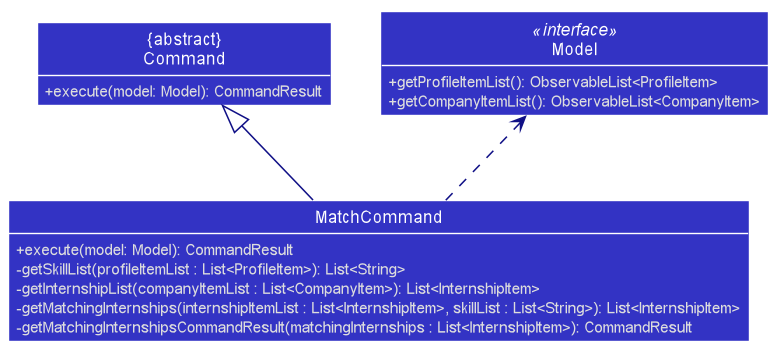
The PlantUML diagram docs/images/MatchCommandClassDiagram.png in shawn-nyk/tp, before a commit.
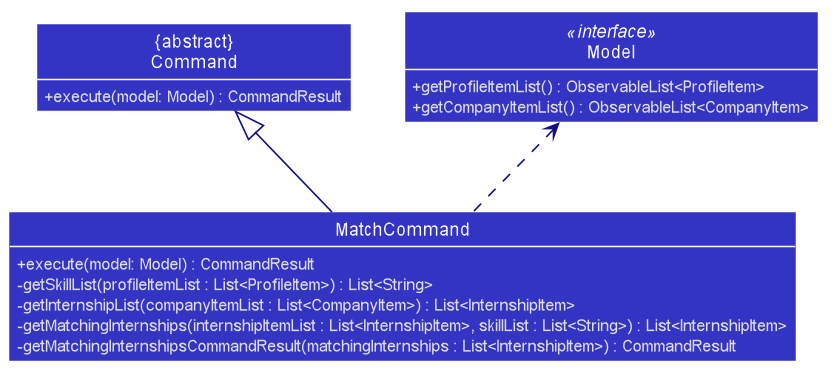
The same diagram one commit later.

Commit message:
Update sequence diagram in developer guide

The edit, as a diff of the source:
```diff
@@ -56,20 +56,20 @@
 skinparam defaultFontColor #DDDDDD
 
 class MatchCommand {
-    +execute(model: Model): CommandResult
-    -getSkillList(profileItemList : List<ProfileItem>): List<String>
-    -getInternshipList(companyItemList : List<CompanyItem>): List<InternshipItem>
-    -getMatchingInternships(internshipItemList : List<InternshipItem>, skillList : List<String>): List<InternshipItem>
-    -getMatchingInternshipsCommandResult(matchingInternships : List<InternshipItem>): CommandResult
+    +execute(model: Model) : CommandResult
+    -getSkillList(profileItemList : List<ProfileItem>) : List<String>
+    -getInternshipList(companyItemList : List<CompanyItem>) : List<InternshipItem>
+    -getMatchingInternships(internshipItemList : List<InternshipItem>, skillList : List<String>) : List<InternshipItem>
+    -getMatchingInternshipsCommandResult(matchingInternships : List<InternshipItem>) : CommandResult
 }
 
 class "&#123;abstract&#125;\nCommand" as Command {
-    +execute(model: Model): CommandResult
+    +execute(model: Model) : CommandResult
 }
 
 class Model <<interface>> {
-    +getProfileItemList(): ObservableList<ProfileItem>
-    +getCompanyItemList(): ObservableList<CompanyItem>
+    +getProfileItemList() : ObservableList<ProfileItem>
+    +getCompanyItemList() : ObservableList<CompanyItem>
 }
 
 Command <|-- MatchCommand
```
